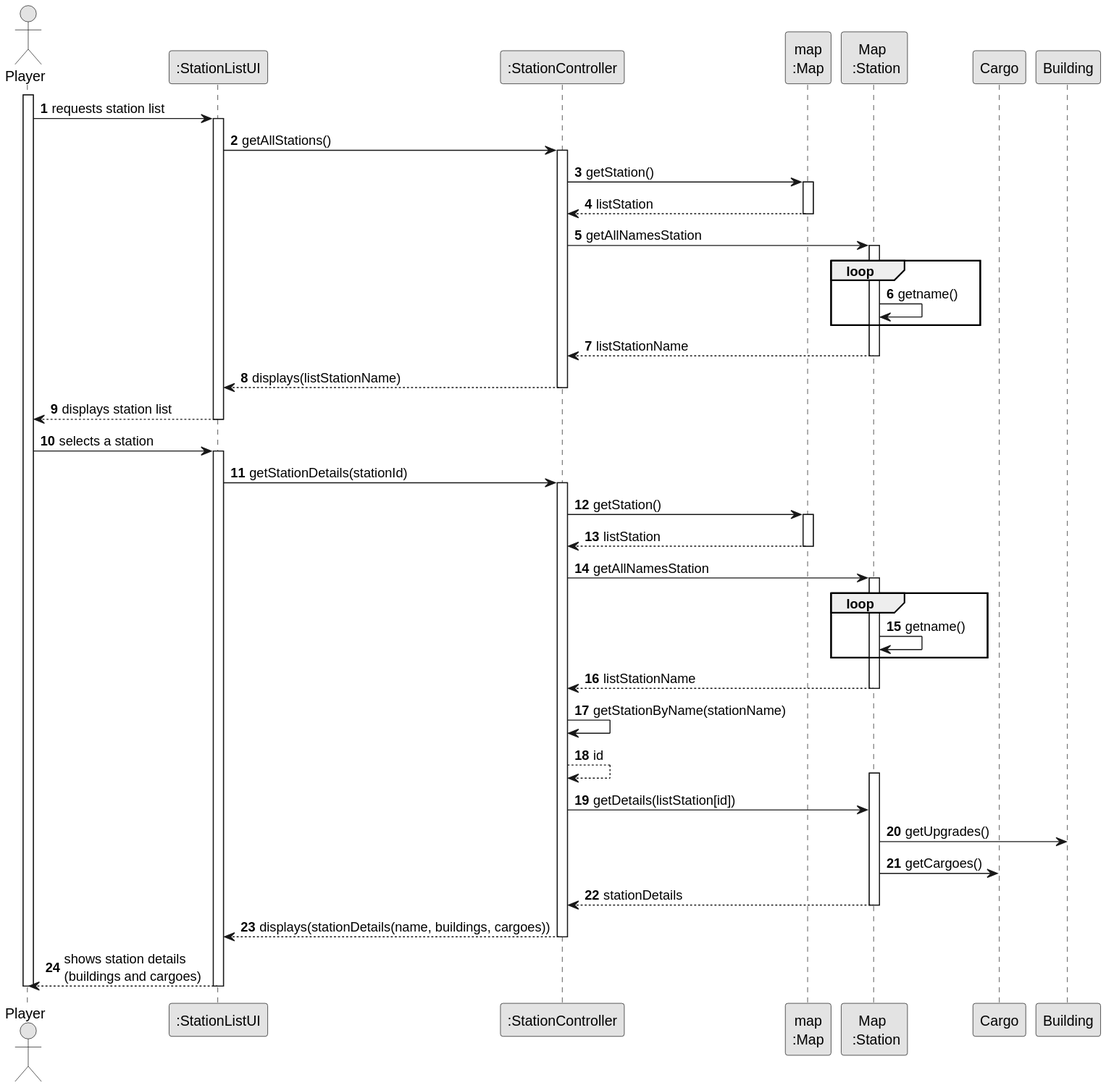
1240826/empire-on-tracks keeps this PlantUML diagram as docs/system-documentation/US007/03.design/svg/US007-SD-full.svg. Above is the earlier version.
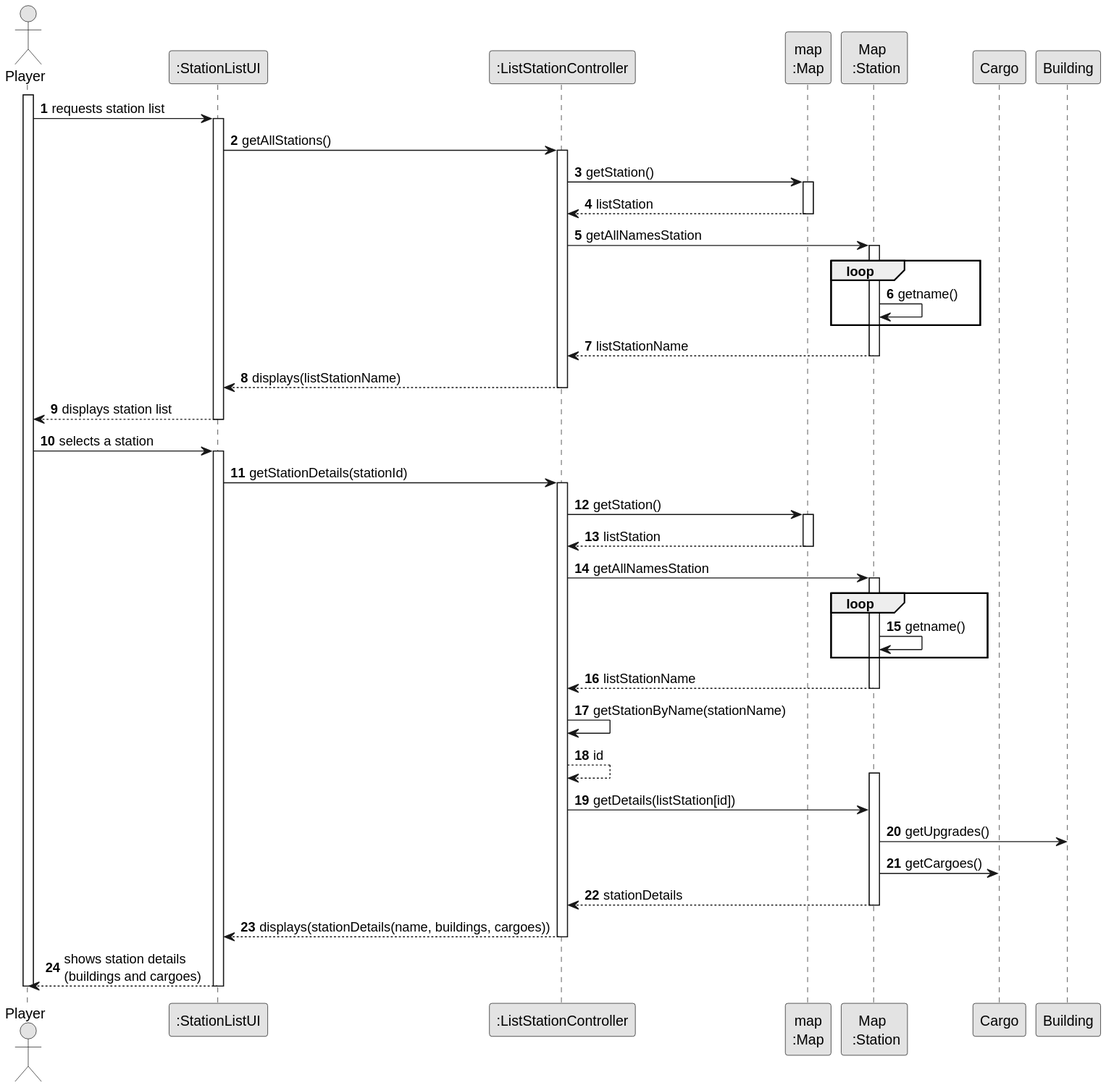
The same diagram one commit later.

What changed in the source:
```diff
@@ -7,7 +7,7 @@
 
 actor "Player" as PLAYER
 participant ":StationListUI" as UI
-participant ":StationController" as CTRL
+participant ":ListStationController" as CTRL
 participant "map\n:Map" as REPOS
 participant "Map \n :Station" as REPOS_SINGLETON
 participant "Cargo" as CARGO
```
